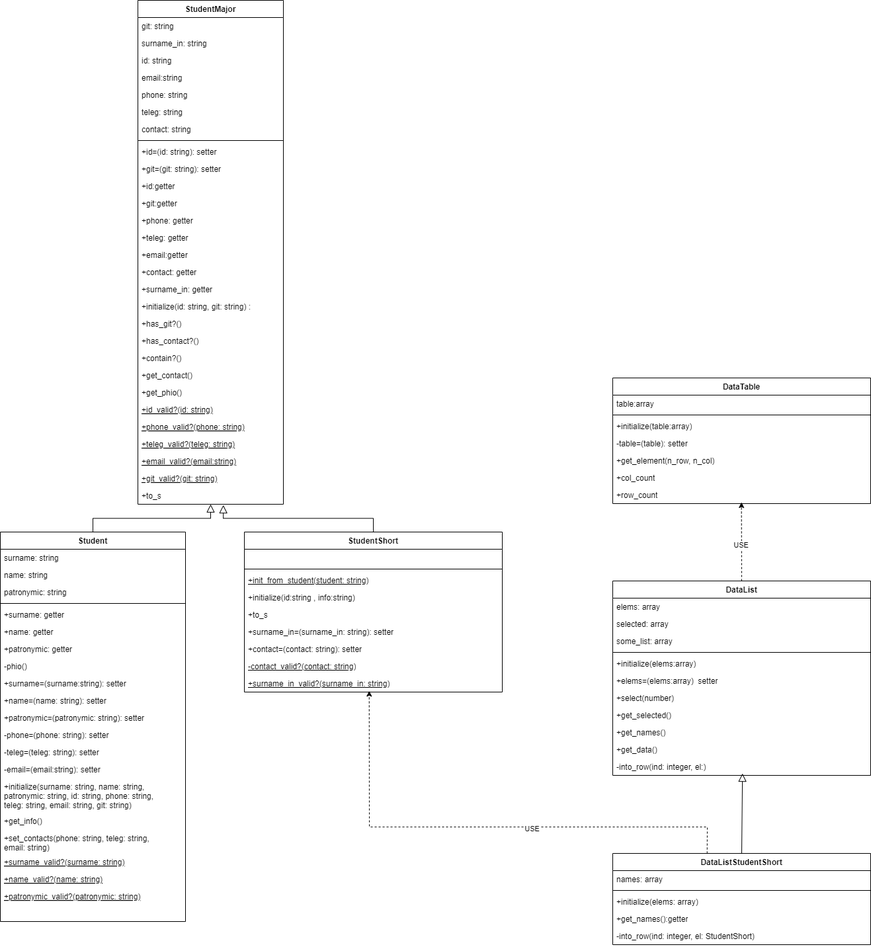
The draw.io diagram Students/Диаграмма_классов_student.png in xchall/Ruby-tasks, before a commit. Source tidied: cells renumbered, new cells last; positions are measured from the earlier drawing's top-left corner, leaving out a move shared by most shapes.
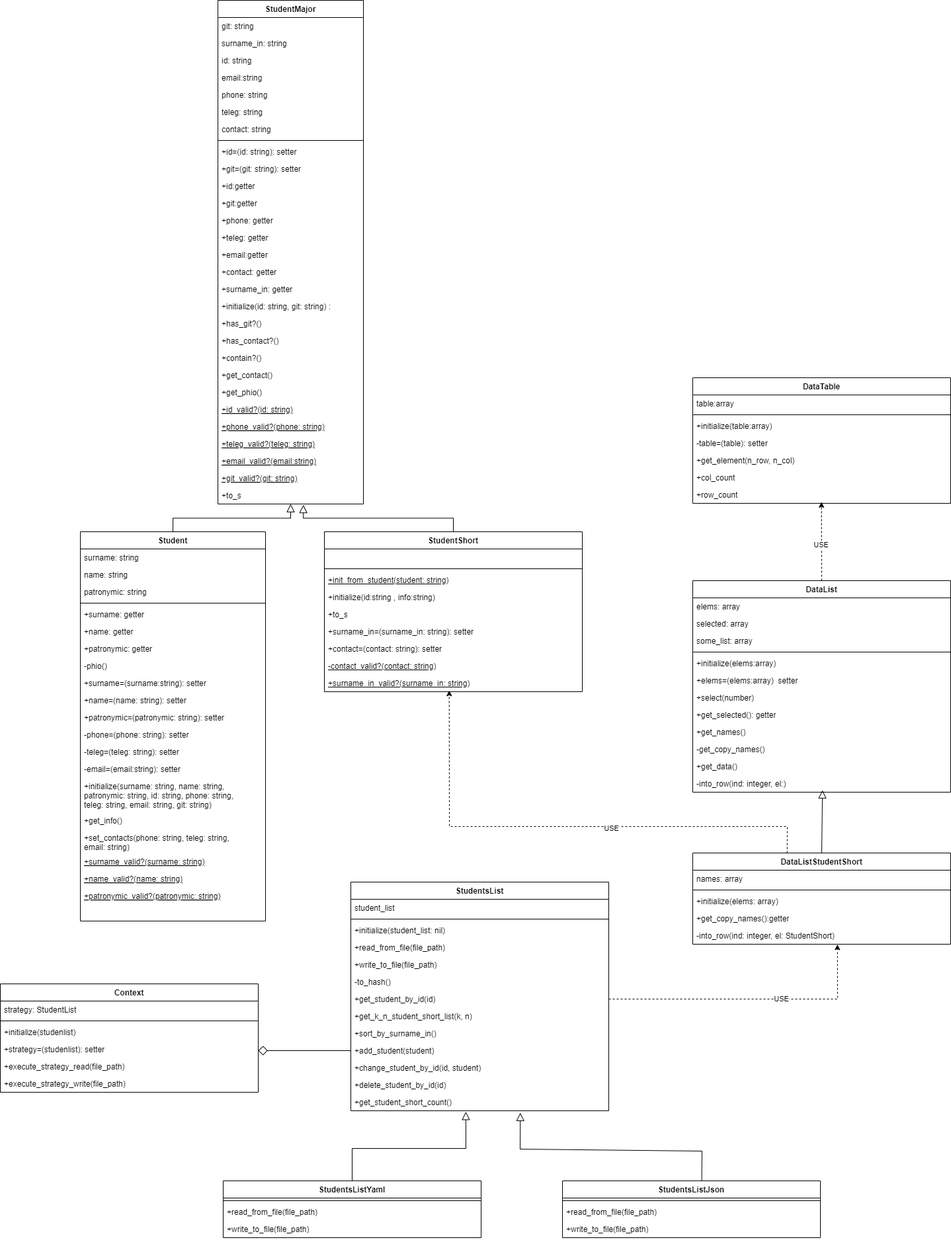
The same diagram one commit later.

Commit message:
Лаб4.2.6 Добавили реализацию стратегии в диаграмму

Change to the diagram source:
```diff
@@ -216,7 +216,7 @@
       <mxGeometry y="164" width="390" height="26" as="geometry" />
     </mxCell>
     <mxCell id="73" value="DataList" style="swimlane;fontStyle=1;align=center;verticalAlign=top;horizontal=1;startSize=26;whiteSpace=wrap;html=1;" parent="1" vertex="1">
-      <mxGeometry x="926" y="878" width="390" height="294" as="geometry" />
+      <mxGeometry x="926" y="878" width="390" height="320" as="geometry" />
     </mxCell>
     <mxCell id="74" value="&lt;span style=&quot;text-wrap: nowrap;&quot;&gt;elems: array&lt;/span&gt;" style="text;strokeColor=none;fillColor=none;align=left;verticalAlign=top;spacingLeft=4;spacingRight=4;overflow=hidden;whiteSpace=wrap;html=1;" parent="73" vertex="1">
       <mxGeometry y="26" width="390" height="26" as="geometry" />
@@ -239,17 +239,20 @@
     <mxCell id="80" value="+select(number)" style="text;strokeColor=none;fillColor=none;align=left;verticalAlign=top;spacingLeft=4;spacingRight=4;overflow=hidden;whiteSpace=wrap;html=1;" parent="73" vertex="1">
       <mxGeometry y="164" width="390" height="26" as="geometry" />
     </mxCell>
-    <mxCell id="81" value="+get_selected()" style="text;strokeColor=none;fillColor=none;align=left;verticalAlign=top;spacingLeft=4;spacingRight=4;overflow=hidden;whiteSpace=wrap;html=1;" parent="73" vertex="1">
+    <mxCell id="81" value="+get_selected(): getter" style="text;strokeColor=none;fillColor=none;align=left;verticalAlign=top;spacingLeft=4;spacingRight=4;overflow=hidden;whiteSpace=wrap;html=1;" parent="73" vertex="1">
       <mxGeometry y="190" width="390" height="26" as="geometry" />
     </mxCell>
     <mxCell id="82" value="+get_names()" style="text;strokeColor=none;fillColor=none;align=left;verticalAlign=top;spacingLeft=4;spacingRight=4;overflow=hidden;whiteSpace=wrap;html=1;fontStyle=0;" parent="73" vertex="1">
       <mxGeometry y="216" width="390" height="26" as="geometry" />
     </mxCell>
+    <mxCell id="96" value="-get_copy_names()" style="text;strokeColor=none;fillColor=none;align=left;verticalAlign=top;spacingLeft=4;spacingRight=4;overflow=hidden;whiteSpace=wrap;html=1;fontStyle=0;" parent="73" vertex="1">
+      <mxGeometry y="242" width="390" height="26" as="geometry" />
+    </mxCell>
     <mxCell id="83" value="+get_data()" style="text;strokeColor=none;fillColor=none;align=left;verticalAlign=top;spacingLeft=4;spacingRight=4;overflow=hidden;whiteSpace=wrap;html=1;fontStyle=0;" parent="73" vertex="1">
-      <mxGeometry y="242" width="390" height="26" as="geometry" />
+      <mxGeometry y="268" width="390" height="26" as="geometry" />
     </mxCell>
     <mxCell id="84" value="-into_row(ind: integer, el:)" style="text;strokeColor=none;fillColor=none;align=left;verticalAlign=top;spacingLeft=4;spacingRight=4;overflow=hidden;points=[[0,0.5],[1,0.5]];portConstraint=eastwest;whiteSpace=wrap;html=1;fontStyle=0;" parent="73" vertex="1">
-      <mxGeometry y="268" width="390" height="26" as="geometry" />
+      <mxGeometry y="294" width="390" height="26" as="geometry" />
     </mxCell>
     <mxCell id="85" value="DataListStudentShort" style="swimlane;fontStyle=1;align=center;verticalAlign=top;horizontal=1;startSize=26;whiteSpace=wrap;html=1;" parent="1" vertex="1">
       <mxGeometry x="926" y="1290" width="390" height="138" as="geometry" />
@@ -263,7 +266,7 @@
     <mxCell id="88" value="+initialize(elems: array)" style="text;strokeColor=none;fillColor=none;align=left;verticalAlign=top;spacingLeft=4;spacingRight=4;overflow=hidden;whiteSpace=wrap;html=1;" parent="85" vertex="1">
       <mxGeometry y="60" width="390" height="26" as="geometry" />
     </mxCell>
-    <mxCell id="89" value="+get_names():getter" style="text;strokeColor=none;fillColor=none;align=left;verticalAlign=top;spacingLeft=4;spacingRight=4;overflow=hidden;whiteSpace=wrap;html=1;fontStyle=0;" parent="85" vertex="1">
+    <mxCell id="89" value="+get_copy_names():getter" style="text;strokeColor=none;fillColor=none;align=left;verticalAlign=top;spacingLeft=4;spacingRight=4;overflow=hidden;whiteSpace=wrap;html=1;fontStyle=0;" parent="85" vertex="1">
       <mxGeometry y="86" width="390" height="26" as="geometry" />
     </mxCell>
     <mxCell id="90" value="-into_row(ind: integer, el: StudentShort)" style="text;strokeColor=none;fillColor=none;align=left;verticalAlign=top;spacingLeft=4;spacingRight=4;overflow=hidden;points=[[0,0.5],[1,0.5]];portConstraint=eastwest;whiteSpace=wrap;html=1;" parent="85" vertex="1">
@@ -292,5 +295,123 @@
         <mxPoint x="-51" y="3" as="offset" />
       </mxGeometry>
     </mxCell>
+    <mxCell id="97" value="StudentsList" style="swimlane;fontStyle=1;align=center;verticalAlign=top;horizontal=1;startSize=26;whiteSpace=wrap;html=1;" parent="1" vertex="1">
+      <mxGeometry x="409" y="1334" width="390" height="346" as="geometry" />
+    </mxCell>
+    <mxCell id="98" value="&lt;span style=&quot;text-wrap: nowrap;&quot;&gt;student_list&lt;/span&gt;" style="text;strokeColor=none;fillColor=none;align=left;verticalAlign=top;spacingLeft=4;spacingRight=4;overflow=hidden;whiteSpace=wrap;html=1;" parent="97" vertex="1">
+      <mxGeometry y="26" width="390" height="26" as="geometry" />
+    </mxCell>
+    <mxCell id="99" style="line;strokeWidth=1;fillColor=none;align=left;verticalAlign=middle;spacingTop=-1;spacingLeft=3;spacingRight=3;labelPosition=right;strokeColor=inherit;" parent="97" vertex="1">
+      <mxGeometry y="52" width="390" height="8" as="geometry" />
+    </mxCell>
+    <mxCell id="100" value="+initialize(student_list: nil)" style="text;strokeColor=none;fillColor=none;align=left;verticalAlign=top;spacingLeft=4;spacingRight=4;overflow=hidden;whiteSpace=wrap;html=1;" parent="97" vertex="1">
+      <mxGeometry y="60" width="390" height="26" as="geometry" />
+    </mxCell>
+    <mxCell id="101" value="+read_from_file(file_path)" style="text;strokeColor=none;fillColor=none;align=left;verticalAlign=top;spacingLeft=4;spacingRight=4;overflow=hidden;whiteSpace=wrap;html=1;fontStyle=0;" parent="97" vertex="1">
+      <mxGeometry y="86" width="390" height="26" as="geometry" />
+    </mxCell>
+    <mxCell id="102" value="+write_to_file(file_path)" style="text;strokeColor=none;fillColor=none;align=left;verticalAlign=top;spacingLeft=4;spacingRight=4;overflow=hidden;whiteSpace=wrap;html=1;" parent="97" vertex="1">
+      <mxGeometry y="112" width="390" height="26" as="geometry" />
+    </mxCell>
+    <mxCell id="103" value="-to_hash()" style="text;strokeColor=none;fillColor=none;align=left;verticalAlign=top;spacingLeft=4;spacingRight=4;overflow=hidden;whiteSpace=wrap;html=1;" parent="97" vertex="1">
+      <mxGeometry y="138" width="390" height="26" as="geometry" />
+    </mxCell>
+    <mxCell id="104" value="+get_student_by_id(id)" style="text;strokeColor=none;fillColor=none;align=left;verticalAlign=top;spacingLeft=4;spacingRight=4;overflow=hidden;points=[[0,0.5],[1,0.5]];portConstraint=eastwest;whiteSpace=wrap;html=1;" parent="97" vertex="1">
+      <mxGeometry y="164" width="390" height="26" as="geometry" />
+    </mxCell>
+    <mxCell id="105" value="+get_k_n_student_short_list(k, n)" style="text;strokeColor=none;fillColor=none;align=left;verticalAlign=top;spacingLeft=4;spacingRight=4;overflow=hidden;whiteSpace=wrap;html=1;" parent="97" vertex="1">
+      <mxGeometry y="190" width="390" height="26" as="geometry" />
+    </mxCell>
+    <mxCell id="106" value="+sort_by_surname_in()" style="text;strokeColor=none;fillColor=none;align=left;verticalAlign=top;spacingLeft=4;spacingRight=4;overflow=hidden;whiteSpace=wrap;html=1;" parent="97" vertex="1">
+      <mxGeometry y="216" width="390" height="26" as="geometry" />
+    </mxCell>
+    <mxCell id="107" value="+add_student(student)" style="text;strokeColor=none;fillColor=none;align=left;verticalAlign=top;spacingLeft=4;spacingRight=4;overflow=hidden;points=[[0,0.5],[1,0.5]];portConstraint=eastwest;whiteSpace=wrap;html=1;" parent="97" vertex="1">
+      <mxGeometry y="242" width="390" height="26" as="geometry" />
+    </mxCell>
+    <mxCell id="108" value="+change_student_by_id(id, student)" style="text;strokeColor=none;fillColor=none;align=left;verticalAlign=top;spacingLeft=4;spacingRight=4;overflow=hidden;whiteSpace=wrap;html=1;" parent="97" vertex="1">
+      <mxGeometry y="268" width="390" height="26" as="geometry" />
+    </mxCell>
+    <mxCell id="109" value="+delete_student_by_id(id)" style="text;strokeColor=none;fillColor=none;align=left;verticalAlign=top;spacingLeft=4;spacingRight=4;overflow=hidden;whiteSpace=wrap;html=1;" parent="97" vertex="1">
+      <mxGeometry y="294" width="390" height="26" as="geometry" />
+    </mxCell>
+    <mxCell id="110" value="+get_student_short_count()" style="text;strokeColor=none;fillColor=none;align=left;verticalAlign=top;spacingLeft=4;spacingRight=4;overflow=hidden;points=[[0,0.5],[1,0.5]];portConstraint=eastwest;whiteSpace=wrap;html=1;" parent="97" vertex="1">
+      <mxGeometry y="320" width="390" height="26" as="geometry" />
+    </mxCell>
+    <mxCell id="111" value="Context" style="swimlane;fontStyle=1;align=center;verticalAlign=top;horizontal=1;startSize=26;whiteSpace=wrap;html=1;" parent="1" vertex="1">
+      <mxGeometry x="-121" y="1488" width="390" height="164" as="geometry" />
+    </mxCell>
+    <mxCell id="112" value="&lt;span style=&quot;text-wrap: nowrap;&quot;&gt;strategy: StudentList&lt;/span&gt;" style="text;strokeColor=none;fillColor=none;align=left;verticalAlign=top;spacingLeft=4;spacingRight=4;overflow=hidden;whiteSpace=wrap;html=1;" parent="111" vertex="1">
+      <mxGeometry y="26" width="390" height="26" as="geometry" />
+    </mxCell>
+    <mxCell id="113" style="line;strokeWidth=1;fillColor=none;align=left;verticalAlign=middle;spacingTop=-1;spacingLeft=3;spacingRight=3;labelPosition=right;strokeColor=inherit;" parent="111" vertex="1">
+      <mxGeometry y="52" width="390" height="8" as="geometry" />
+    </mxCell>
+    <mxCell id="114" value="+initialize(studenlist)" style="text;strokeColor=none;fillColor=none;align=left;verticalAlign=top;spacingLeft=4;spacingRight=4;overflow=hidden;whiteSpace=wrap;html=1;" parent="111" vertex="1">
+      <mxGeometry y="60" width="390" height="26" as="geometry" />
+    </mxCell>
+    <mxCell id="115" value="+strategy=(studenlist): setter" style="text;strokeColor=none;fillColor=none;align=left;verticalAlign=top;spacingLeft=4;spacingRight=4;overflow=hidden;whiteSpace=wrap;html=1;fontStyle=0;" parent="111" vertex="1">
+      <mxGeometry y="86" width="390" height="26" as="geometry" />
+    </mxCell>
+    <mxCell id="116" value="+execute_strategy_read(file_path)" style="text;strokeColor=none;fillColor=none;align=left;verticalAlign=top;spacingLeft=4;spacingRight=4;overflow=hidden;whiteSpace=wrap;html=1;" parent="111" vertex="1">
+      <mxGeometry y="112" width="390" height="26" as="geometry" />
+    </mxCell>
+    <mxCell id="117" value="+execute_strategy_write(file_path)" style="text;strokeColor=none;fillColor=none;align=left;verticalAlign=top;spacingLeft=4;spacingRight=4;overflow=hidden;whiteSpace=wrap;html=1;" parent="111" vertex="1">
+      <mxGeometry y="138" width="390" height="26" as="geometry" />
+    </mxCell>
+    <mxCell id="118" style="endArrow=block;html=1;rounded=0;entryX=0.446;entryY=1.054;entryDx=0;entryDy=0;entryPerimeter=0;endFill=0;endSize=10;exitX=0.5;exitY=0;exitDx=0;exitDy=0;" parent="1" edge="1" source="120" target="110">
+      <mxGeometry relative="1" as="geometry">
+        <Array as="points">
+          <mxPoint x="411" y="1737" />
+          <mxPoint x="583" y="1737" />
+        </Array>
+      </mxGeometry>
+    </mxCell>
+    <mxCell id="119" style="endArrow=block;html=1;rounded=0;exitX=0.54;exitY=0.021;exitDx=0;exitDy=0;entryX=0.657;entryY=1.115;entryDx=0;entryDy=0;entryPerimeter=0;endFill=0;endSize=10;exitPerimeter=0;" parent="1" edge="1" source="124" target="110">
+      <mxGeometry relative="1" as="geometry">
+        <Array as="points">
+          <mxPoint x="940" y="1741" />
+          <mxPoint x="665" y="1738" />
+        </Array>
+      </mxGeometry>
+    </mxCell>
+    <mxCell id="120" value="StudentsListYaml" style="swimlane;fontStyle=1;align=center;verticalAlign=top;horizontal=1;startSize=26;whiteSpace=wrap;html=1;" parent="1" vertex="1">
+      <mxGeometry x="216" y="1786" width="390" height="86" as="geometry" />
+    </mxCell>
+    <mxCell id="121" style="line;strokeWidth=1;fillColor=none;align=left;verticalAlign=middle;spacingTop=-1;spacingLeft=3;spacingRight=3;labelPosition=right;strokeColor=inherit;" parent="120" vertex="1">
+      <mxGeometry y="26" width="390" height="8" as="geometry" />
+    </mxCell>
+    <mxCell id="122" value="+read_from_file(file_path)" style="text;strokeColor=none;fillColor=none;align=left;verticalAlign=top;spacingLeft=4;spacingRight=4;overflow=hidden;whiteSpace=wrap;html=1;" parent="120" vertex="1">
+      <mxGeometry y="34" width="390" height="26" as="geometry" />
+    </mxCell>
+    <mxCell id="123" value="+write_to_file(file_path)" style="text;strokeColor=none;fillColor=none;align=left;verticalAlign=top;spacingLeft=4;spacingRight=4;overflow=hidden;whiteSpace=wrap;html=1;" parent="120" vertex="1">
+      <mxGeometry y="60" width="390" height="26" as="geometry" />
+    </mxCell>
+    <mxCell id="124" value="StudentsListJson" style="swimlane;fontStyle=1;align=center;verticalAlign=top;horizontal=1;startSize=26;whiteSpace=wrap;html=1;" parent="1" vertex="1">
+      <mxGeometry x="729" y="1786" width="390" height="86" as="geometry" />
+    </mxCell>
+    <mxCell id="125" style="line;strokeWidth=1;fillColor=none;align=left;verticalAlign=middle;spacingTop=-1;spacingLeft=3;spacingRight=3;labelPosition=right;strokeColor=inherit;" parent="124" vertex="1">
+      <mxGeometry y="26" width="390" height="8" as="geometry" />
+    </mxCell>
+    <mxCell id="126" value="+read_from_file(file_path)" style="text;strokeColor=none;fillColor=none;align=left;verticalAlign=top;spacingLeft=4;spacingRight=4;overflow=hidden;whiteSpace=wrap;html=1;" parent="124" vertex="1">
+      <mxGeometry y="34" width="390" height="26" as="geometry" />
+    </mxCell>
+    <mxCell id="127" value="+write_to_file(file_path)" style="text;strokeColor=none;fillColor=none;align=left;verticalAlign=top;spacingLeft=4;spacingRight=4;overflow=hidden;whiteSpace=wrap;html=1;fontStyle=0;" parent="124" vertex="1">
+      <mxGeometry y="60" width="390" height="26" as="geometry" />
+    </mxCell>
+    <mxCell id="128" style="endArrow=diamond;html=1;rounded=0;endFill=0;endSize=12;exitX=0;exitY=0.5;exitDx=0;exitDy=0;" parent="1" edge="1" source="107">
+      <mxGeometry relative="1" as="geometry">
+        <mxPoint x="269" y="1589" as="targetPoint" />
+      </mxGeometry>
+    </mxCell>
+    <mxCell id="129" style="endArrow=classic;html=1;rounded=0;exitX=1;exitY=0.5;exitDx=0;exitDy=0;entryX=0.561;entryY=1.011;entryDx=0;entryDy=0;entryPerimeter=0;dashed=1;" parent="1" edge="1" source="104" target="90">
+      <mxGeometry relative="1" as="geometry">
+        <Array as="points">
+          <mxPoint x="1145" y="1511" />
+        </Array>
+      </mxGeometry>
+    </mxCell>
+    <mxCell id="130" value="USE" style="edgeLabel;html=1;align=center;verticalAlign=middle;" parent="129" vertex="1">
+      <mxGeometry x="0.21" y="1" relative="1" as="geometry" />
+    </mxCell>
   </root>
 </mxGraphModel>
```
